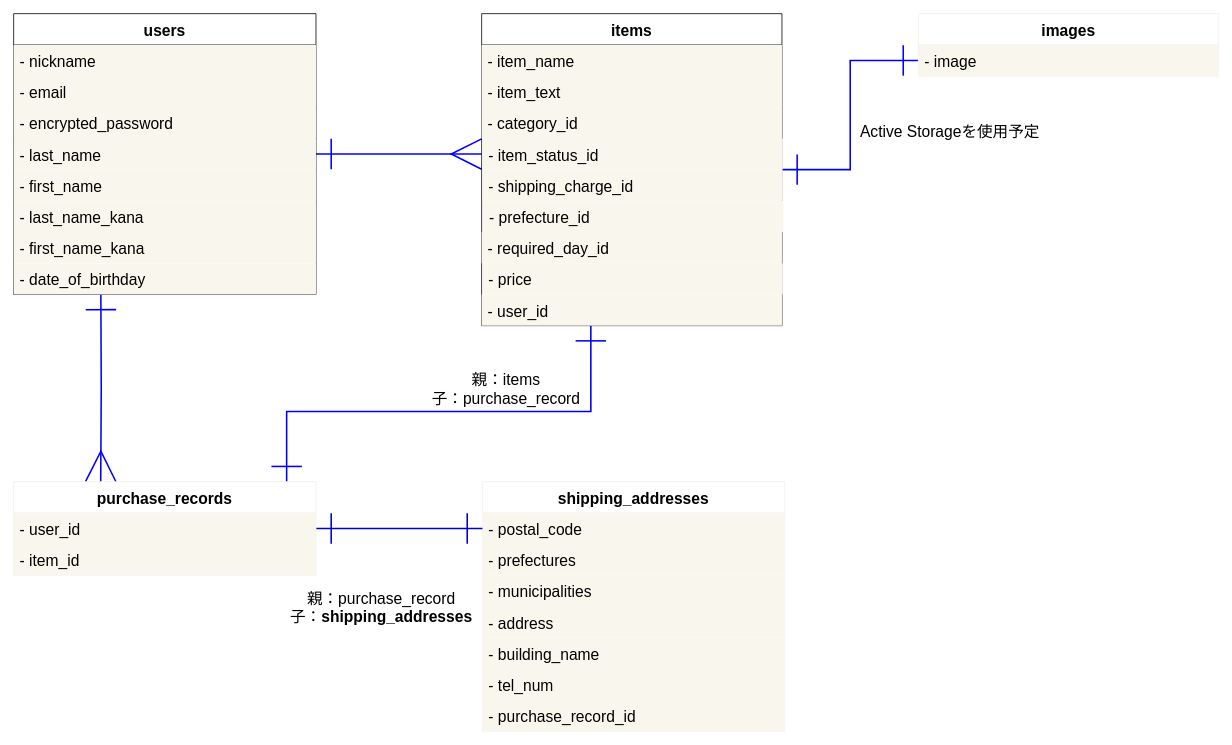
The draw.io diagram furima.dio in tsukimidori/furima-36894, before the edit. Source tidied: cells renumbered, new cells numbered last; positions are measured from the earlier drawing's top-left corner, leaving out a move shared by most shapes. Both pictures are drawn from the tidied source at 78%, with x=0, y=0 at pixel (13, 13).
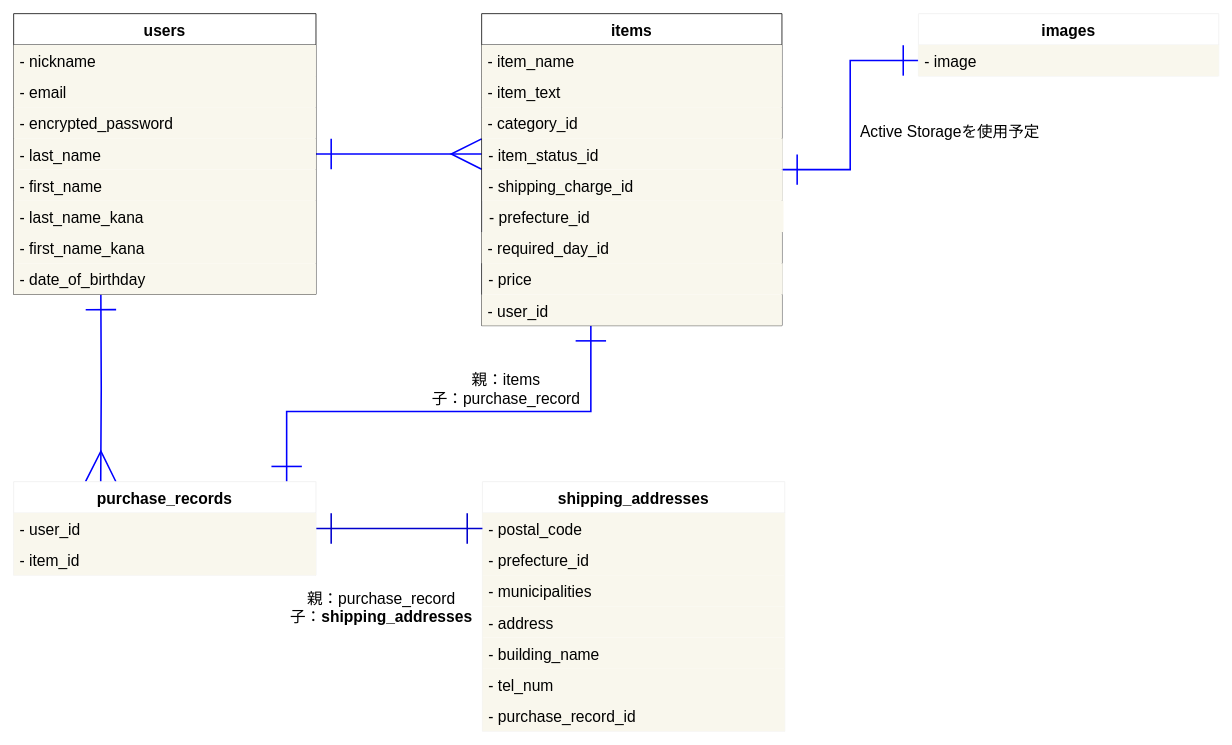
After the change.

Commit message (it also covers changes not shown here):
shipping_addressesテーブルをActiveHashで実装でき、itemsテーブルと使い回せる形に変更

The change refers to these unchanged cells:
```xml
<mxCell id="59" style="shape=partialRectangle;fillColor=none;top=0;left=0;bottom=0;right=0;" parent="56" vertex="1">
  <mxGeometry y="80" width="387.6" height="40" as="geometry" />
</mxCell>
```

Change to the diagram source:
```diff
@@
-    <mxCell id="60" value="- prefectures" style="shape=partialRectangle;fillColor=#f9f7ed;top=0;left=0;bottom=0;right=0;align=left;spacingLeft=6;overflow=hidden;fontSize=20;strokeColor=#36393d;fontColor=#000000;" parent="59" vertex="1">
+    <mxCell id="60" value="- prefecture_id" style="shape=partialRectangle;fillColor=#f9f7ed;top=0;left=0;bottom=0;right=0;align=left;spacingLeft=6;overflow=hidden;fontSize=20;strokeColor=#36393d;fontColor=#000000;" parent="59" vertex="1">
       <mxGeometry width="387.6" height="40" as="geometry" />
     </mxCell>
```
